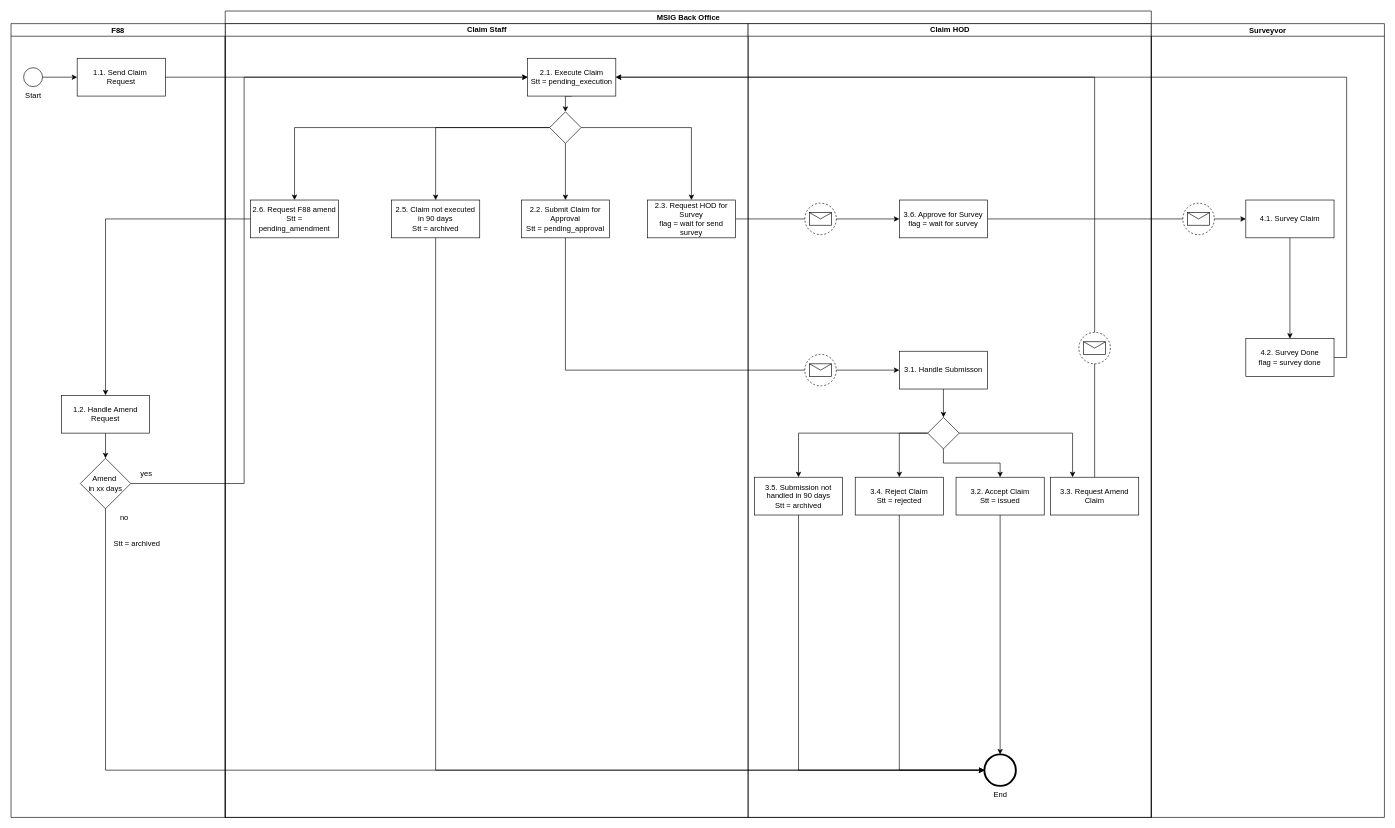
This is Copy of Untitled Diagram.drawio from Chris-25/Book, a draw.io file, before an edit. Source tidied: cells renumbered, new cells numbered last; positions are measured from the earlier drawing's top-left corner, leaving out a move shared by most shapes. Both pictures are drawn from the tidied source at 63%, with x=0, y=0 at pixel (11, 11).
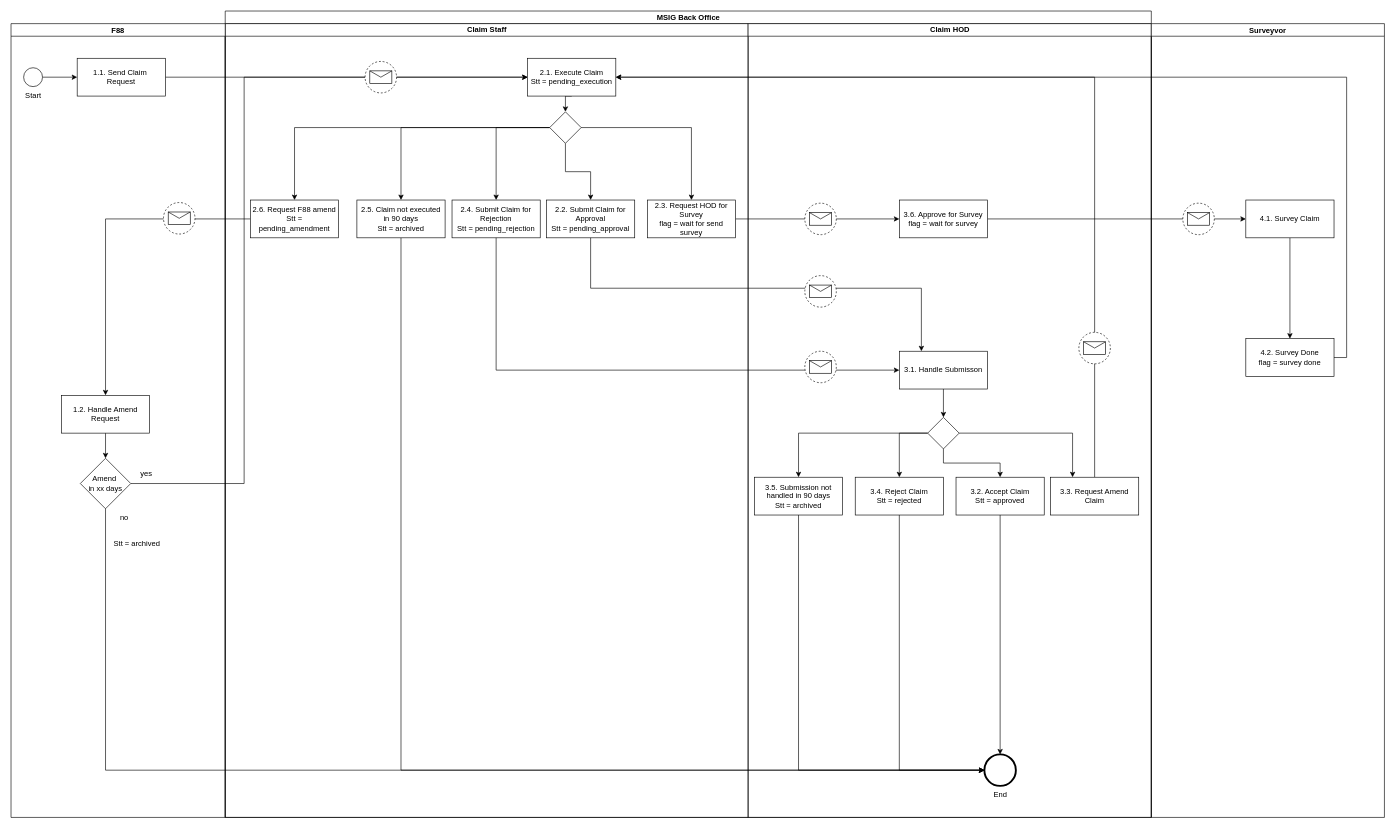
Above is the later version.

Unchanged cells that the change refers to:
```xml
<mxCell id="3" value="MSIG Back Office" style="swimlane;html=1;startSize=20;" parent="1" vertex="1">
  <mxGeometry x="340" width="1470" height="1280" as="geometry" />
</mxCell>
<mxCell id="8" value="Claim Staff" style="swimlane;html=1;startSize=20;" parent="3" vertex="1">
  <mxGeometry y="20" width="830" height="1260" as="geometry" />
</mxCell>
<mxCell id="10" value="2.1. Execute Claim&lt;br&gt;Stt = pending_execution" style="rounded=0;whiteSpace=wrap;html=1;" parent="8" vertex="1">
  <mxGeometry x="480" y="55" width="140" height="60" as="geometry" />
</mxCell>
<mxCell id="15" style="points=[[0.25,0.25,0],[0.5,0,0],[0.75,0.25,0],[1,0.5,0],[0.75,0.75,0],[0.5,1,0],[0.25,0.75,0],[0,0.5,0]];shape=mxgraph.bpmn.gateway2;html=1;verticalLabelPosition=bottom;labelBackgroundColor=#ffffff;verticalAlign=top;align=center;perimeter=rhombusPerimeter;outlineConnect=0;outline=none;symbol=none;" parent="8" vertex="1">
  <mxGeometry x="515" y="140" width="50" height="50" as="geometry" />
</mxCell>
<mxCell id="18" value="2.6. Request F88 amend&lt;br&gt;Stt = pending_amendment" style="rounded=0;whiteSpace=wrap;html=1;" parent="8" vertex="1">
  <mxGeometry x="40" y="280" width="140" height="60" as="geometry" />
</mxCell>
<mxCell id="20" value="Claim HOD" style="swimlane;html=1;startSize=20;gradientColor=none;" parent="3" vertex="1">
  <mxGeometry x="830" y="20" width="640" height="1260" as="geometry" />
</mxCell>
<mxCell id="23" value="3.1. Handle Submisson" style="rounded=0;whiteSpace=wrap;html=1;" parent="20" vertex="1">
  <mxGeometry x="240" y="520" width="140" height="60" as="geometry" />
</mxCell>
<mxCell id="40" value="F88" style="swimlane;startSize=20;" parent="1" vertex="1">
  <mxGeometry y="20" width="340" height="1260" as="geometry" />
</mxCell>
<mxCell id="43" value="1.1. Send Claim&amp;nbsp;&lt;br&gt;Request" style="rounded=0;whiteSpace=wrap;html=1;" parent="40" vertex="1">
  <mxGeometry x="105" y="55" width="140" height="60" as="geometry" />
</mxCell>
<mxCell id="45" value="1.2. Handle Amend Request" style="rounded=0;whiteSpace=wrap;html=1;" parent="40" vertex="1">
  <mxGeometry x="80" y="590" width="140" height="60" as="geometry" />
</mxCell>
<mxCell id="46" value="Amend&amp;nbsp;&lt;br&gt;in xx days" style="rhombus;whiteSpace=wrap;html=1;" parent="40" vertex="1">
  <mxGeometry x="110" y="690" width="80" height="80" as="geometry" />
</mxCell>
```

The edit, as a diff of the source:
```diff
@@
+    <mxCell id="59" style="edgeStyle=orthogonalEdgeStyle;rounded=0;jettySize=auto;html=1;exitX=0;exitY=0.5;exitDx=0;exitDy=0;entryX=0.5;entryY=0;entryDx=0;entryDy=0;" parent="1" edge="1" source="18" target="45">
+      <mxGeometry relative="1" as="geometry" />
+    </mxCell>
+    <mxCell id="50" style="edgeStyle=orthogonalEdgeStyle;rounded=0;jettySize=auto;html=1;exitX=1;exitY=0.5;exitDx=0;exitDy=0;entryX=0;entryY=0.5;entryDx=0;entryDy=0;" parent="1" edge="1" source="43" target="10">
+      <mxGeometry relative="1" as="geometry" />
+    </mxCell>
+    <mxCell id="57" style="edgeStyle=orthogonalEdgeStyle;rounded=0;jettySize=auto;html=1;exitX=1;exitY=0.5;exitDx=0;exitDy=0;entryX=0;entryY=0.5;entryDx=0;entryDy=0;" parent="1" edge="1" source="46" target="10">
+      <mxGeometry relative="1" as="geometry">
+        <Array as="points">
+          <mxPoint x="370" y="750" />
+          <mxPoint x="370" y="105" />
+        </Array>
+      </mxGeometry>
+    </mxCell>
@@
-    <mxCell id="6" style="edgeStyle=orthogonalEdgeStyle;rounded=0;jettySize=auto;html=1;exitX=0.5;exitY=1;exitDx=0;exitDy=0;entryX=0;entryY=0.5;entryDx=0;entryDy=0;" parent="3" edge="1" source="19" target="23">
-      <mxGeometry relative="1" as="geometry" />
-    </mxCell>
@@
+    <mxCell id="61" style="edgeStyle=orthogonalEdgeStyle;rounded=0;jettySize=auto;html=1;exitX=0;exitY=0.5;exitDx=0;exitDy=0;exitPerimeter=0;entryX=0.5;entryY=0;entryDx=0;entryDy=0;" parent="8" edge="1" source="15" target="63">
+      <mxGeometry relative="1" as="geometry" />
+    </mxCell>
@@
     <mxCell id="16" value="2.5. Claim not executed &lt;br&gt;in 90 days&lt;br&gt;Stt = archived" style="rounded=0;whiteSpace=wrap;html=1;" parent="8" vertex="1">
-      <mxGeometry x="264" y="280" width="140" height="60" as="geometry" />
+      <mxGeometry x="209" y="280" width="140" height="60" as="geometry" />
     </mxCell>
@@
     <mxCell id="19" value="2.2. Submit Claim for Approval&lt;br&gt;Stt = pending_approval" style="rounded=0;whiteSpace=wrap;html=1;" parent="8" vertex="1">
-      <mxGeometry x="470" y="280" width="140" height="60" as="geometry" />
+      <mxGeometry x="510" y="280" width="140" height="60" as="geometry" />
     </mxCell>
+    <mxCell id="62" style="shape=mxgraph.bpmn.event;html=1;verticalLabelPosition=bottom;labelBackgroundColor=#ffffff;verticalAlign=top;align=center;perimeter=ellipsePerimeter;outline=eventNonint;symbol=message;" parent="8" vertex="1">
+      <mxGeometry x="222" y="60" width="50" height="50" as="geometry" />
+    </mxCell>
+    <mxCell id="63" value="2.4. Submit Claim for Rejection&lt;br&gt;Stt = pending_rejection" style="rounded=0;whiteSpace=wrap;html=1;" parent="8" vertex="1">
+      <mxGeometry x="360" y="280" width="140" height="60" as="geometry" />
+    </mxCell>
+    <mxCell id="6" style="edgeStyle=orthogonalEdgeStyle;rounded=0;jettySize=auto;html=1;exitX=0.5;exitY=1;exitDx=0;exitDy=0;entryX=0.25;entryY=0;entryDx=0;entryDy=0;" parent="3" edge="1" source="19" target="23">
+      <mxGeometry relative="1" as="geometry">
+        <Array as="points">
+          <mxPoint x="580" y="440" />
+          <mxPoint x="1105" y="440" />
+        </Array>
+      </mxGeometry>
+    </mxCell>
+    <mxCell id="64" style="edgeStyle=orthogonalEdgeStyle;rounded=0;jettySize=auto;html=1;exitX=0.5;exitY=1;exitDx=0;exitDy=0;entryX=0;entryY=0.5;entryDx=0;entryDy=0;" parent="3" edge="1" source="63" target="23">
+      <mxGeometry relative="1" as="geometry" />
+    </mxCell>
@@
-    <mxCell id="32" value="3.2. Accept Claim&lt;br&gt;Stt = issued" style="rounded=0;whiteSpace=wrap;html=1;" parent="20" vertex="1">
+    <mxCell id="32" value="3.2. Accept Claim&lt;br&gt;Stt = approved" style="rounded=0;whiteSpace=wrap;html=1;" parent="20" vertex="1">
       <mxGeometry x="330" y="720" width="140" height="60" as="geometry" />
     </mxCell>
@@
-    <mxCell id="39" style="shape=mxgraph.bpmn.event;html=1;verticalLabelPosition=bottom;labelBackgroundColor=#ffffff;verticalAlign=top;align=center;perimeter=ellipsePerimeter;outline=eventNonint;symbol=message;" parent="20" vertex="1">
-      <mxGeometry x="90" y="525" width="50" height="50" as="geometry" />
-    </mxCell>
+    <mxCell id="65" style="shape=mxgraph.bpmn.event;html=1;verticalLabelPosition=bottom;labelBackgroundColor=#ffffff;verticalAlign=top;align=center;perimeter=ellipsePerimeter;outline=eventNonint;symbol=message;" parent="20" vertex="1">
+      <mxGeometry x="90" y="400" width="50" height="50" as="geometry" />
+    </mxCell>
+    <mxCell id="66" style="shape=mxgraph.bpmn.event;html=1;verticalLabelPosition=bottom;labelBackgroundColor=#ffffff;verticalAlign=top;align=center;perimeter=ellipsePerimeter;outline=eventNonint;symbol=message;" parent="20" vertex="1">
+      <mxGeometry x="90" y="520" width="50" height="50" as="geometry" />
+    </mxCell>
@@
-    <mxCell id="50" style="edgeStyle=orthogonalEdgeStyle;rounded=0;jettySize=auto;html=1;exitX=1;exitY=0.5;exitDx=0;exitDy=0;entryX=0;entryY=0.5;entryDx=0;entryDy=0;" parent="1" edge="1" source="43" target="10">
-      <mxGeometry relative="1" as="geometry" />
-    </mxCell>
+    <mxCell id="67" style="shape=mxgraph.bpmn.event;html=1;verticalLabelPosition=bottom;labelBackgroundColor=#ffffff;verticalAlign=top;align=center;perimeter=ellipsePerimeter;outline=eventNonint;symbol=message;" parent="40" vertex="1">
+      <mxGeometry x="242" y="284" width="50" height="50" as="geometry" />
+    </mxCell>
@@
-    <mxCell id="57" style="edgeStyle=orthogonalEdgeStyle;rounded=0;jettySize=auto;html=1;exitX=1;exitY=0.5;exitDx=0;exitDy=0;entryX=0;entryY=0.5;entryDx=0;entryDy=0;" parent="1" edge="1" source="46" target="10">
-      <mxGeometry relative="1" as="geometry">
-        <Array as="points">
-          <mxPoint x="370" y="750" />
-          <mxPoint x="370" y="105" />
-        </Array>
-      </mxGeometry>
-    </mxCell>
@@
-    <mxCell id="59" style="edgeStyle=orthogonalEdgeStyle;rounded=0;jettySize=auto;html=1;exitX=0;exitY=0.5;exitDx=0;exitDy=0;entryX=0.5;entryY=0;entryDx=0;entryDy=0;" parent="1" edge="1" source="18" target="45">
-      <mxGeometry relative="1" as="geometry" />
-    </mxCell>
```
